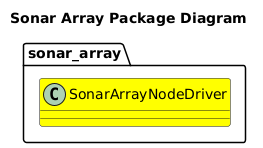
fastrobotics/sonar_array keeps this PlantUML diagram as doc/output/SonarArrayPackageDiagram.png. Above is the earlier version.
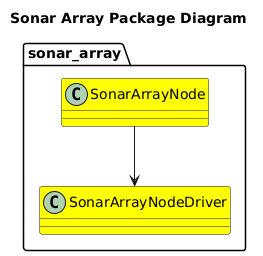
After the commit.

Commit message:
Added node.  Node does not call in to driver yet.

The edit, as a diff of the source:
```diff
@@ -2,7 +2,9 @@
 title Sonar Array Package Diagram
 
 package sonar_array {
+    class SonarArrayNode #Yellow
     class SonarArrayNodeDriver #Yellow
+    SonarArrayNode --> SonarArrayNodeDriver
 }
 
 @enduml
```
